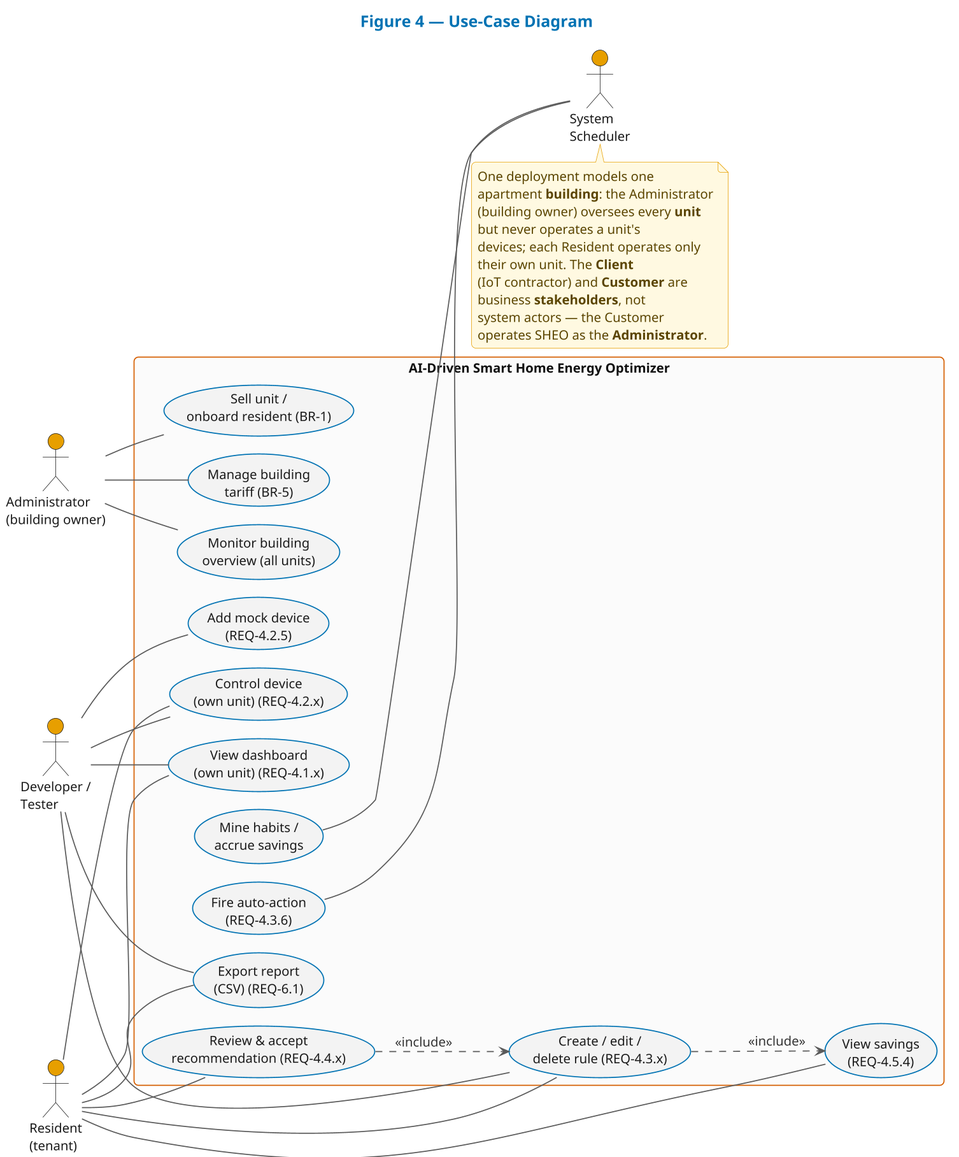
Before: latex/report/figures/fig04-use-case.png, a diagram exported from PlantUML (minhchuxuan/20252-se). Source of this version:
```plantuml
@startuml fig04-use-case
!pragma layout smetana
!include _theme.puml
title Figure 4 — Use-Case Diagram
left to right direction

actor "Administrator\n(building owner)" as admin
actor "Resident\n(tenant)" as resident
actor "Developer /\nTester" as dev

rectangle "AI-Driven Smart Home Energy Optimizer" {
  usecase "View dashboard\n(own unit) (REQ-4.1.x)" as UC1
  usecase "Control device\n(own unit) (REQ-4.2.x)" as UC2
  usecase "Add mock device\n(REQ-4.2.5)" as UC3
  usecase "Create / edit /\ndelete rule (REQ-4.3.x)" as UC4
  usecase "Review & accept\nrecommendation (REQ-4.4.x)" as UC5
  usecase "View savings\n(REQ-4.5.4)" as UC6
  usecase "Manage building\ntariff (BR-5)" as UC7
  usecase "Export report\n(CSV) (REQ-6.1)" as UC8
  usecase "Fire auto-action\n(REQ-4.3.6)" as UC9
  usecase "Mine habits /\naccrue savings" as UC10
  usecase "Monitor building\noverview (all units)" as UC11
  usecase "Sell unit /\nonboard resident (BR-1)" as UC12
}

actor "System\nScheduler" as sched

admin -- UC11
admin -- UC7
admin -- UC12
resident -- UC1
resident -- UC2
resident -- UC4
resident -- UC5
resident -- UC6
resident -- UC8
dev -- UC1
dev -- UC2
dev -- UC3
dev -- UC4
dev -- UC8
UC9 -- sched
UC10 -- sched

UC5 ..> UC4 : <<include>>
UC4 ..> UC6 : <<include>>

note bottom
  One deployment models one apartment **building**: the Administrator
  (building owner) oversees every **unit** but never operates a unit's
  devices; each Resident operates only their own unit. The **Client**
  (IoT contractor) and **Customer** are business **stakeholders**, not
  system actors — the Customer operates SHEO as the **Administrator**.
end note
@enduml
```
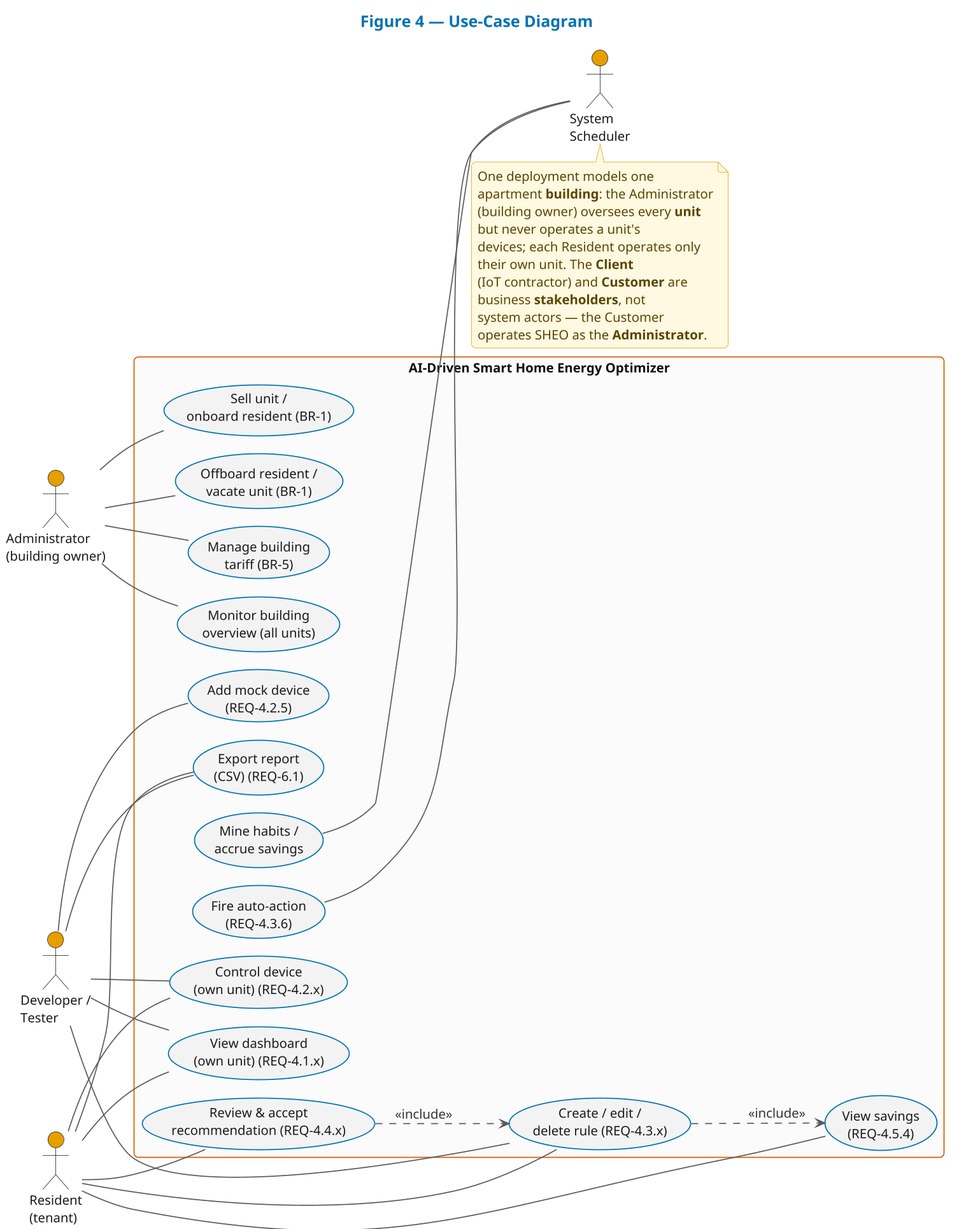
Later version of the same file.

What changed in the source:
```diff
@@ -21,6 +21,7 @@
   usecase "Mine habits /\naccrue savings" as UC10
   usecase "Monitor building\noverview (all units)" as UC11
   usecase "Sell unit /\nonboard resident (BR-1)" as UC12
+  usecase "Offboard resident /\nvacate unit (BR-1)" as UC13
 }
 
 actor "System\nScheduler" as sched
@@ -28,6 +29,7 @@
 admin -- UC11
 admin -- UC7
 admin -- UC12
+admin -- UC13
 resident -- UC1
 resident -- UC2
 resident -- UC4
```
